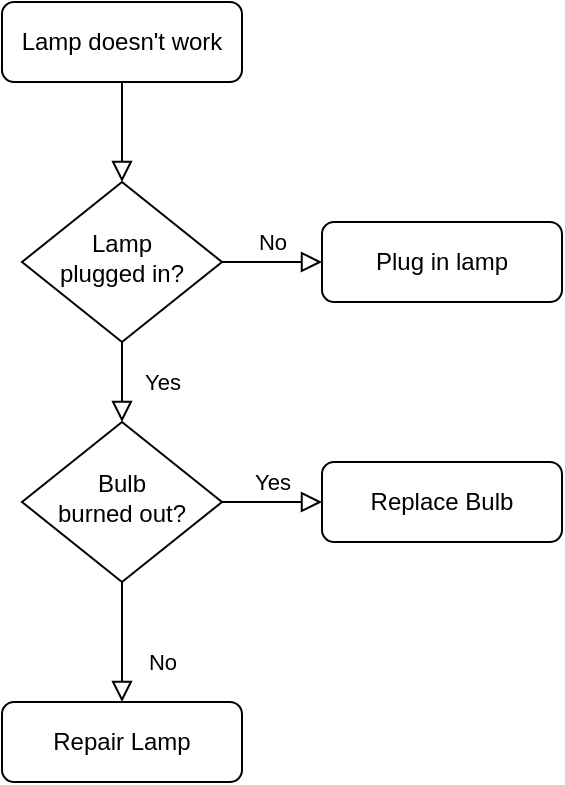
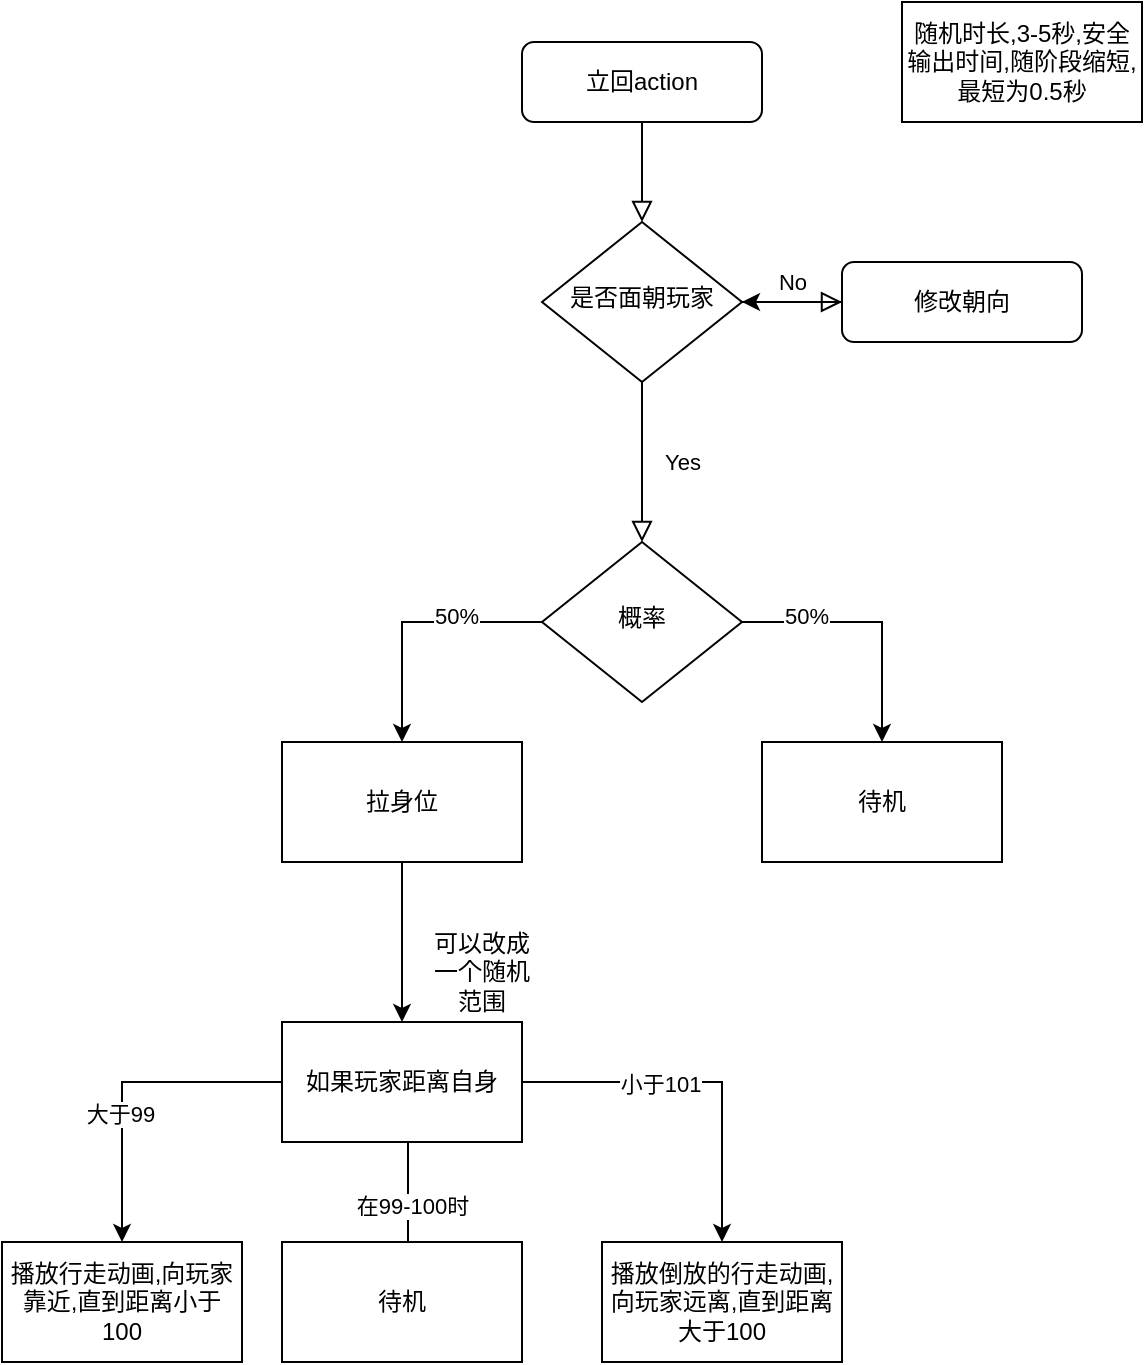
<mxfile host="app.diagrams.net">
  <diagram id="C5RBs43oDa-KdzZeNtuy" name="Page-1">
-     <mxGraphModel dx="1223" dy="898" grid="1" gridSize="10" guides="1" tooltips="1" connect="1" arrows="1" fold="1" page="1" pageScale="1" pageWidth="827" pageHeight="1169" math="0" shadow="0">
+     <mxGraphModel dx="1781" dy="793" grid="1" gridSize="10" guides="1" tooltips="1" connect="1" arrows="1" fold="1" page="1" pageScale="1" pageWidth="827" pageHeight="1169" math="0" shadow="0">
      <root>
        <mxCell id="WIyWlLk6GJQsqaUBKTNV-0" />
        <mxCell id="WIyWlLk6GJQsqaUBKTNV-1" parent="WIyWlLk6GJQsqaUBKTNV-0" />
-         <mxCell id="WIyWlLk6GJQsqaUBKTNV-2" value="" style="rounded=0;html=1;jettySize=auto;orthogonalLoop=1;fontSize=11;endArrow=block;endFill=0;endSize=8;strokeWidth=1;shadow=0;labelBackgroundColor=none;edgeStyle=orthogonalEdgeStyle;" parent="WIyWlLk6GJQsqaUBKTNV-1" source="WIyWlLk6GJQsqaUBKTNV-3" target="WIyWlLk6GJQsqaUBKTNV-6" edge="1">
+         <mxCell id="WIyWlLk6GJQsqaUBKTNV-2" edge="1" parent="WIyWlLk6GJQsqaUBKTNV-1" source="WIyWlLk6GJQsqaUBKTNV-3" style="rounded=0;html=1;jettySize=auto;orthogonalLoop=1;fontSize=11;endArrow=block;endFill=0;endSize=8;strokeWidth=1;shadow=0;labelBackgroundColor=none;edgeStyle=orthogonalEdgeStyle;" target="WIyWlLk6GJQsqaUBKTNV-6" value="">
          <mxGeometry relative="1" as="geometry" />
        </mxCell>
-         <mxCell id="WIyWlLk6GJQsqaUBKTNV-3" value="Lamp doesn&#39;t work" style="rounded=1;whiteSpace=wrap;html=1;fontSize=12;glass=0;strokeWidth=1;shadow=0;" parent="WIyWlLk6GJQsqaUBKTNV-1" vertex="1">
-           <mxGeometry x="160" y="80" width="120" height="40" as="geometry" />
+         <mxCell id="WIyWlLk6GJQsqaUBKTNV-3" parent="WIyWlLk6GJQsqaUBKTNV-1" style="rounded=1;whiteSpace=wrap;html=1;fontSize=12;glass=0;strokeWidth=1;shadow=0;" value="立回action" vertex="1">
+           <mxGeometry height="40" width="120" x="160" y="80" as="geometry" />
        </mxCell>
-         <mxCell id="WIyWlLk6GJQsqaUBKTNV-4" value="Yes" style="rounded=0;html=1;jettySize=auto;orthogonalLoop=1;fontSize=11;endArrow=block;endFill=0;endSize=8;strokeWidth=1;shadow=0;labelBackgroundColor=none;edgeStyle=orthogonalEdgeStyle;" parent="WIyWlLk6GJQsqaUBKTNV-1" source="WIyWlLk6GJQsqaUBKTNV-6" target="WIyWlLk6GJQsqaUBKTNV-10" edge="1">
-           <mxGeometry y="20" relative="1" as="geometry">
+         <mxCell id="WIyWlLk6GJQsqaUBKTNV-4" edge="1" parent="WIyWlLk6GJQsqaUBKTNV-1" source="WIyWlLk6GJQsqaUBKTNV-6" style="rounded=0;html=1;jettySize=auto;orthogonalLoop=1;fontSize=11;endArrow=block;endFill=0;endSize=8;strokeWidth=1;shadow=0;labelBackgroundColor=none;edgeStyle=orthogonalEdgeStyle;" target="WIyWlLk6GJQsqaUBKTNV-10" value="Yes">
+           <mxGeometry relative="1" y="20" as="geometry">
            <mxPoint as="offset" />
          </mxGeometry>
        </mxCell>
-         <mxCell id="WIyWlLk6GJQsqaUBKTNV-5" value="No" style="edgeStyle=orthogonalEdgeStyle;rounded=0;html=1;jettySize=auto;orthogonalLoop=1;fontSize=11;endArrow=block;endFill=0;endSize=8;strokeWidth=1;shadow=0;labelBackgroundColor=none;" parent="WIyWlLk6GJQsqaUBKTNV-1" source="WIyWlLk6GJQsqaUBKTNV-6" target="WIyWlLk6GJQsqaUBKTNV-7" edge="1">
-           <mxGeometry y="10" relative="1" as="geometry">
+         <mxCell id="WIyWlLk6GJQsqaUBKTNV-5" edge="1" parent="WIyWlLk6GJQsqaUBKTNV-1" source="WIyWlLk6GJQsqaUBKTNV-6" style="edgeStyle=orthogonalEdgeStyle;rounded=0;html=1;jettySize=auto;orthogonalLoop=1;fontSize=11;endArrow=block;endFill=0;endSize=8;strokeWidth=1;shadow=0;labelBackgroundColor=none;" target="WIyWlLk6GJQsqaUBKTNV-7" value="No">
+           <mxGeometry relative="1" y="10" as="geometry">
            <mxPoint as="offset" />
          </mxGeometry>
        </mxCell>
-         <mxCell id="WIyWlLk6GJQsqaUBKTNV-6" value="Lamp&lt;br&gt;plugged in?" style="rhombus;whiteSpace=wrap;html=1;shadow=0;fontFamily=Helvetica;fontSize=12;align=center;strokeWidth=1;spacing=6;spacingTop=-4;" parent="WIyWlLk6GJQsqaUBKTNV-1" vertex="1">
-           <mxGeometry x="170" y="170" width="100" height="80" as="geometry" />
+         <mxCell id="WIyWlLk6GJQsqaUBKTNV-6" parent="WIyWlLk6GJQsqaUBKTNV-1" style="rhombus;whiteSpace=wrap;html=1;shadow=0;fontFamily=Helvetica;fontSize=12;align=center;strokeWidth=1;spacing=6;spacingTop=-4;" value="是否面朝玩家" vertex="1">
+           <mxGeometry height="80" width="100" x="170" y="170" as="geometry" />
        </mxCell>
-         <mxCell id="WIyWlLk6GJQsqaUBKTNV-7" value="Plug in lamp" style="rounded=1;whiteSpace=wrap;html=1;fontSize=12;glass=0;strokeWidth=1;shadow=0;" parent="WIyWlLk6GJQsqaUBKTNV-1" vertex="1">
-           <mxGeometry x="320" y="190" width="120" height="40" as="geometry" />
+         <mxCell id="fhsHNZDkXyf0MG5IQYjD-9" edge="1" parent="WIyWlLk6GJQsqaUBKTNV-1" source="WIyWlLk6GJQsqaUBKTNV-7" style="edgeStyle=orthogonalEdgeStyle;rounded=0;orthogonalLoop=1;jettySize=auto;html=1;" target="WIyWlLk6GJQsqaUBKTNV-6">
+           <mxGeometry relative="1" as="geometry" />
        </mxCell>
-         <mxCell id="WIyWlLk6GJQsqaUBKTNV-8" value="No" style="rounded=0;html=1;jettySize=auto;orthogonalLoop=1;fontSize=11;endArrow=block;endFill=0;endSize=8;strokeWidth=1;shadow=0;labelBackgroundColor=none;edgeStyle=orthogonalEdgeStyle;" parent="WIyWlLk6GJQsqaUBKTNV-1" source="WIyWlLk6GJQsqaUBKTNV-10" target="WIyWlLk6GJQsqaUBKTNV-11" edge="1">
-           <mxGeometry x="0.3333" y="20" relative="1" as="geometry">
+         <mxCell id="WIyWlLk6GJQsqaUBKTNV-7" parent="WIyWlLk6GJQsqaUBKTNV-1" style="rounded=1;whiteSpace=wrap;html=1;fontSize=12;glass=0;strokeWidth=1;shadow=0;" value="修改朝向" vertex="1">
+           <mxGeometry height="40" width="120" x="320" y="190" as="geometry" />
+         </mxCell>
+         <mxCell id="fhsHNZDkXyf0MG5IQYjD-4" edge="1" parent="WIyWlLk6GJQsqaUBKTNV-1" source="WIyWlLk6GJQsqaUBKTNV-10" style="edgeStyle=orthogonalEdgeStyle;rounded=0;orthogonalLoop=1;jettySize=auto;html=1;" target="fhsHNZDkXyf0MG5IQYjD-5">
+           <mxGeometry relative="1" as="geometry">
+             <Array as="points">
+               <mxPoint x="100" y="370" />
+             </Array>
+             <mxPoint x="100" y="450" as="targetPoint" />
+           </mxGeometry>
+         </mxCell>
+         <mxCell id="fhsHNZDkXyf0MG5IQYjD-10" connectable="0" parent="fhsHNZDkXyf0MG5IQYjD-4" style="edgeLabel;html=1;align=center;verticalAlign=middle;resizable=0;points=[];" value="50%" vertex="1">
+           <mxGeometry relative="1" x="-0.3385" y="-3" as="geometry">
            <mxPoint as="offset" />
          </mxGeometry>
        </mxCell>
-         <mxCell id="WIyWlLk6GJQsqaUBKTNV-9" value="Yes" style="edgeStyle=orthogonalEdgeStyle;rounded=0;html=1;jettySize=auto;orthogonalLoop=1;fontSize=11;endArrow=block;endFill=0;endSize=8;strokeWidth=1;shadow=0;labelBackgroundColor=none;" parent="WIyWlLk6GJQsqaUBKTNV-1" source="WIyWlLk6GJQsqaUBKTNV-10" target="WIyWlLk6GJQsqaUBKTNV-12" edge="1">
-           <mxGeometry y="10" relative="1" as="geometry">
+         <mxCell id="fhsHNZDkXyf0MG5IQYjD-7" edge="1" parent="WIyWlLk6GJQsqaUBKTNV-1" source="WIyWlLk6GJQsqaUBKTNV-10" style="edgeStyle=orthogonalEdgeStyle;rounded=0;orthogonalLoop=1;jettySize=auto;html=1;" target="fhsHNZDkXyf0MG5IQYjD-6">
+           <mxGeometry relative="1" as="geometry" />
+         </mxCell>
+         <mxCell id="fhsHNZDkXyf0MG5IQYjD-11" connectable="0" parent="fhsHNZDkXyf0MG5IQYjD-7" style="edgeLabel;html=1;align=center;verticalAlign=middle;resizable=0;points=[];" value="50%" vertex="1">
+           <mxGeometry relative="1" x="-0.5077" y="3" as="geometry">
            <mxPoint as="offset" />
          </mxGeometry>
        </mxCell>
-         <mxCell id="WIyWlLk6GJQsqaUBKTNV-10" value="Bulb&lt;br&gt;burned out?" style="rhombus;whiteSpace=wrap;html=1;shadow=0;fontFamily=Helvetica;fontSize=12;align=center;strokeWidth=1;spacing=6;spacingTop=-4;" parent="WIyWlLk6GJQsqaUBKTNV-1" vertex="1">
-           <mxGeometry x="170" y="290" width="100" height="80" as="geometry" />
+         <mxCell id="WIyWlLk6GJQsqaUBKTNV-10" parent="WIyWlLk6GJQsqaUBKTNV-1" style="rhombus;whiteSpace=wrap;html=1;shadow=0;fontFamily=Helvetica;fontSize=12;align=center;strokeWidth=1;spacing=6;spacingTop=-4;" value="概率" vertex="1">
+           <mxGeometry height="80" width="100" x="170" y="330" as="geometry" />
        </mxCell>
-         <mxCell id="WIyWlLk6GJQsqaUBKTNV-11" value="Repair Lamp" style="rounded=1;whiteSpace=wrap;html=1;fontSize=12;glass=0;strokeWidth=1;shadow=0;" parent="WIyWlLk6GJQsqaUBKTNV-1" vertex="1">
-           <mxGeometry x="160" y="430" width="120" height="40" as="geometry" />
+         <mxCell id="fhsHNZDkXyf0MG5IQYjD-13" edge="1" parent="WIyWlLk6GJQsqaUBKTNV-1" source="fhsHNZDkXyf0MG5IQYjD-5" style="edgeStyle=orthogonalEdgeStyle;rounded=0;orthogonalLoop=1;jettySize=auto;html=1;" target="fhsHNZDkXyf0MG5IQYjD-12" value="">
+           <mxGeometry relative="1" as="geometry" />
        </mxCell>
-         <mxCell id="WIyWlLk6GJQsqaUBKTNV-12" value="Replace Bulb" style="rounded=1;whiteSpace=wrap;html=1;fontSize=12;glass=0;strokeWidth=1;shadow=0;" parent="WIyWlLk6GJQsqaUBKTNV-1" vertex="1">
-           <mxGeometry x="320" y="310" width="120" height="40" as="geometry" />
+         <mxCell id="fhsHNZDkXyf0MG5IQYjD-5" parent="WIyWlLk6GJQsqaUBKTNV-1" style="rounded=0;whiteSpace=wrap;html=1;" value="拉身位" vertex="1">
+           <mxGeometry height="60" width="120" x="40" y="430" as="geometry" />
+         </mxCell>
+         <mxCell id="fhsHNZDkXyf0MG5IQYjD-6" parent="WIyWlLk6GJQsqaUBKTNV-1" style="rounded=0;whiteSpace=wrap;html=1;" value="待机" vertex="1">
+           <mxGeometry height="60" width="120" x="280" y="430" as="geometry" />
+         </mxCell>
+         <mxCell id="fhsHNZDkXyf0MG5IQYjD-14" edge="1" parent="WIyWlLk6GJQsqaUBKTNV-1" source="fhsHNZDkXyf0MG5IQYjD-12" style="edgeStyle=orthogonalEdgeStyle;rounded=0;orthogonalLoop=1;jettySize=auto;html=1;" target="fhsHNZDkXyf0MG5IQYjD-15">
+           <mxGeometry relative="1" as="geometry">
+             <mxPoint x="20" y="750" as="targetPoint" />
+           </mxGeometry>
+         </mxCell>
+         <mxCell id="fhsHNZDkXyf0MG5IQYjD-16" connectable="0" parent="fhsHNZDkXyf0MG5IQYjD-14" style="edgeLabel;html=1;align=center;verticalAlign=middle;resizable=0;points=[];" value="大于99" vertex="1">
+           <mxGeometry relative="1" x="0.2" y="-1" as="geometry">
+             <mxPoint as="offset" />
+           </mxGeometry>
+         </mxCell>
+         <mxCell id="fhsHNZDkXyf0MG5IQYjD-17" edge="1" parent="WIyWlLk6GJQsqaUBKTNV-1" source="fhsHNZDkXyf0MG5IQYjD-12" style="edgeStyle=orthogonalEdgeStyle;rounded=0;orthogonalLoop=1;jettySize=auto;html=1;" target="fhsHNZDkXyf0MG5IQYjD-18">
+           <mxGeometry relative="1" as="geometry">
+             <mxPoint x="250" y="660" as="targetPoint" />
+           </mxGeometry>
+         </mxCell>
+         <mxCell id="fhsHNZDkXyf0MG5IQYjD-19" connectable="0" parent="fhsHNZDkXyf0MG5IQYjD-17" style="edgeLabel;html=1;align=center;verticalAlign=middle;resizable=0;points=[];" value="小于101" vertex="1">
+           <mxGeometry relative="1" x="-0.2625" y="-1" as="geometry">
+             <mxPoint x="2" as="offset" />
+           </mxGeometry>
+         </mxCell>
+         <mxCell id="fhsHNZDkXyf0MG5IQYjD-21" edge="1" parent="WIyWlLk6GJQsqaUBKTNV-1" style="edgeStyle=orthogonalEdgeStyle;rounded=0;orthogonalLoop=1;jettySize=auto;html=1;" value="">
+           <mxGeometry relative="1" as="geometry">
+             <mxPoint x="103" y="630" as="sourcePoint" />
+             <mxPoint x="103" y="710" as="targetPoint" />
+           </mxGeometry>
+         </mxCell>
+         <mxCell id="fhsHNZDkXyf0MG5IQYjD-22" connectable="0" parent="fhsHNZDkXyf0MG5IQYjD-21" style="edgeLabel;html=1;align=center;verticalAlign=middle;resizable=0;points=[];" value="在99-100时" vertex="1">
+           <mxGeometry relative="1" x="-0.2" y="2" as="geometry">
+             <mxPoint as="offset" />
+           </mxGeometry>
+         </mxCell>
+         <mxCell id="fhsHNZDkXyf0MG5IQYjD-12" parent="WIyWlLk6GJQsqaUBKTNV-1" style="whiteSpace=wrap;html=1;rounded=0;" value="如果玩家距离自身" vertex="1">
+           <mxGeometry height="60" width="120" x="40" y="570" as="geometry" />
+         </mxCell>
+         <mxCell id="fhsHNZDkXyf0MG5IQYjD-15" parent="WIyWlLk6GJQsqaUBKTNV-1" style="rounded=0;whiteSpace=wrap;html=1;" value="播放行走动画,向玩家靠近,直到距离小于100" vertex="1">
+           <mxGeometry height="60" width="120" x="-100" y="680" as="geometry" />
+         </mxCell>
+         <mxCell id="fhsHNZDkXyf0MG5IQYjD-18" parent="WIyWlLk6GJQsqaUBKTNV-1" style="rounded=0;whiteSpace=wrap;html=1;" value="播放倒放的行走动画,向玩家远离,直到距离大于100" vertex="1">
+           <mxGeometry height="60" width="120" x="200" y="680" as="geometry" />
+         </mxCell>
+         <mxCell id="fhsHNZDkXyf0MG5IQYjD-20" parent="WIyWlLk6GJQsqaUBKTNV-1" style="whiteSpace=wrap;html=1;rounded=0;" value="待机" vertex="1">
+           <mxGeometry height="60" width="120" x="40" y="680" as="geometry" />
+         </mxCell>
+         <mxCell id="fhsHNZDkXyf0MG5IQYjD-23" parent="WIyWlLk6GJQsqaUBKTNV-1" style="text;html=1;whiteSpace=wrap;strokeColor=none;fillColor=none;align=center;verticalAlign=middle;rounded=0;" value="可以改成一个随机范围" vertex="1">
+           <mxGeometry height="30" width="60" x="110" y="530" as="geometry" />
+         </mxCell>
+         <mxCell id="fhsHNZDkXyf0MG5IQYjD-25" parent="WIyWlLk6GJQsqaUBKTNV-1" style="rounded=0;whiteSpace=wrap;html=1;" value="随机时长,3-5秒,安全输出时间,随阶段缩短,最短为0.5秒" vertex="1">
+           <mxGeometry height="60" width="120" x="350" y="60" as="geometry" />
        </mxCell>
      </root>
    </mxGraphModel>
  </diagram>
</mxfile>
